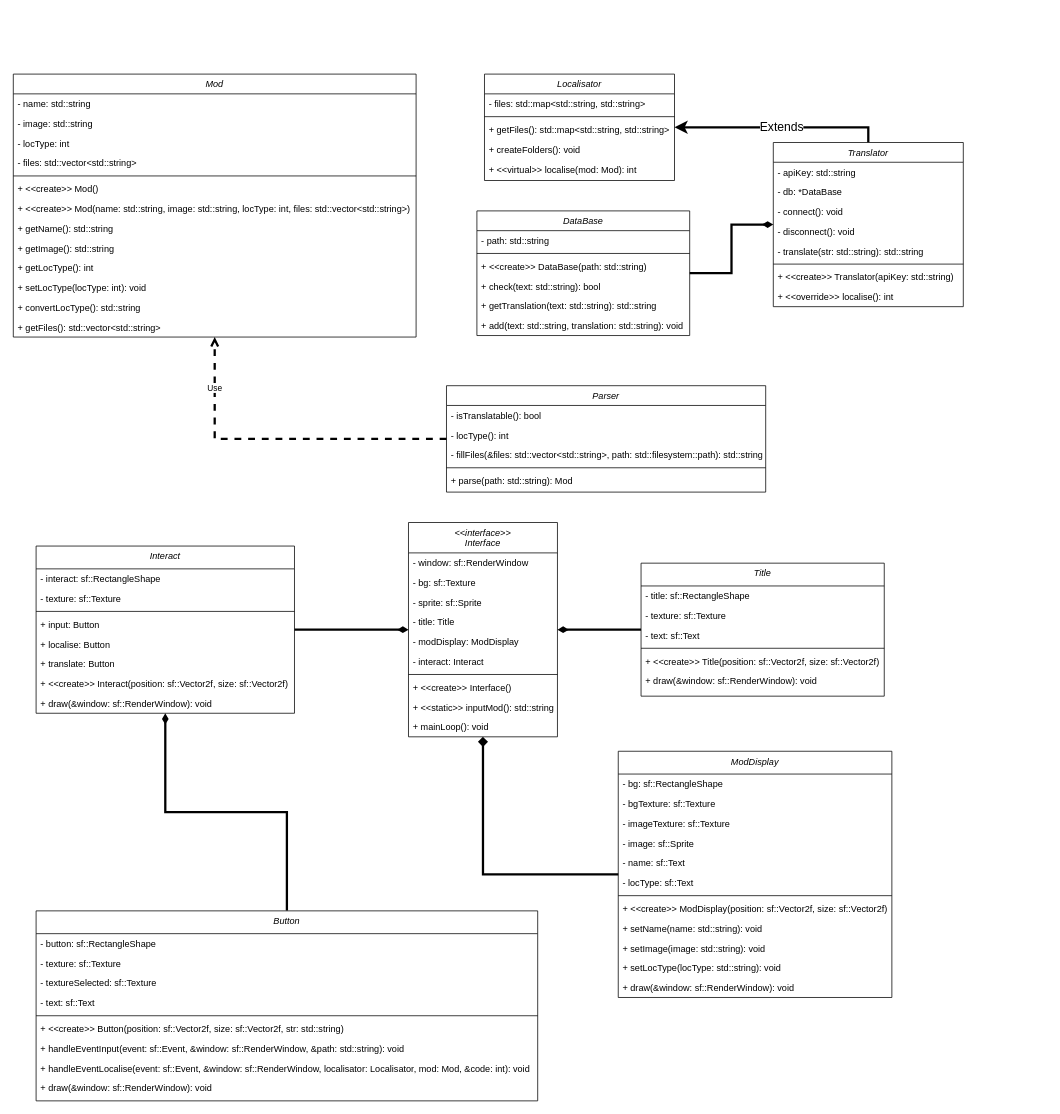
Before: StellarisMT.drawio in trpo2023/cw-ip-215_stellaris-mods-translator, a draw.io diagram. Source tidied: cells renumbered, new cells numbered last; positions are measured from the earlier drawing's top-left corner, leaving out a move shared by most shapes. Both pictures are drawn from the tidied source at 76%, with x=0, y=0 at pixel (13, 74).
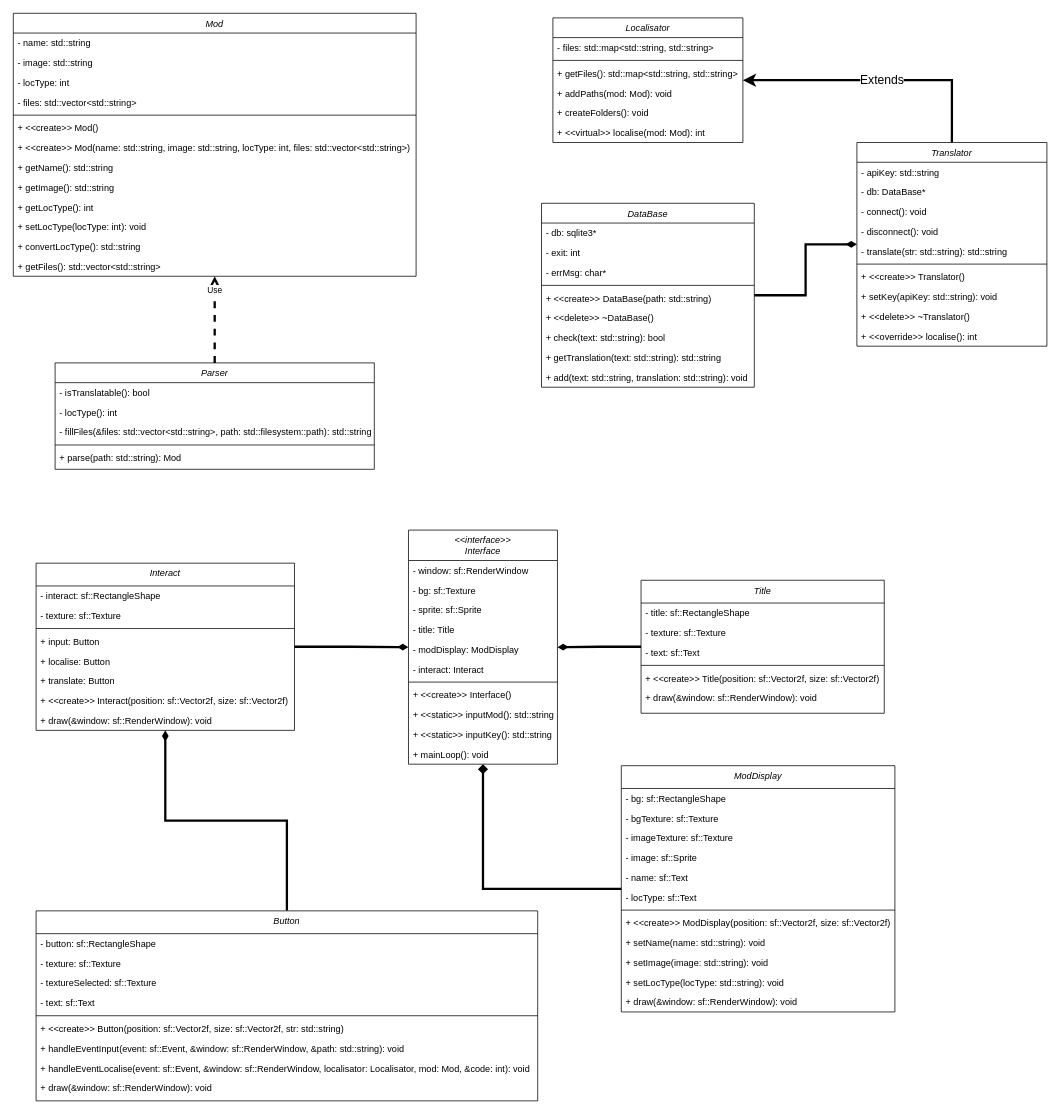
The same page after the edit.

The edit, as a diff of the source:
```diff
@@
     <mxCell id="2" value="Mod" style="swimlane;fontStyle=2;align=center;verticalAlign=top;horizontal=1;startSize=26;rounded=0;shadow=0;strokeWidth=1;" parent="1" vertex="1">
-      <mxGeometry width="530" height="346" as="geometry" />
+      <mxGeometry y="-80" width="530" height="346" as="geometry" />
     </mxCell>
@@
     <mxCell id="18" value="Parser" style="swimlane;fontStyle=2;align=center;verticalAlign=top;horizontal=1;startSize=26;rounded=0;shadow=0;strokeWidth=1;" parent="1" vertex="1">
-      <mxGeometry x="570" y="410" width="420" height="140" as="geometry" />
+      <mxGeometry x="55" y="380" width="420" height="140" as="geometry" />
     </mxCell>
@@
     <mxCell id="24" value="Localisator" style="swimlane;fontStyle=2;align=center;verticalAlign=top;horizontal=1;startSize=26;rounded=0;shadow=0;strokeWidth=1;" parent="1" vertex="1">
-      <mxGeometry x="620" width="250" height="140" as="geometry" />
+      <mxGeometry x="710" y="-74" width="250" height="164" as="geometry" />
     </mxCell>
@@
+    <mxCell id="105" value="+ addPaths(mod: Mod): void" style="text;align=left;verticalAlign=top;spacingLeft=4;spacingRight=4;overflow=hidden;" parent="24" vertex="1">
+      <mxGeometry y="86" width="250" height="26" as="geometry" />
+    </mxCell>
     <mxCell id="28" value="+ createFolders(): void" style="text;align=left;verticalAlign=top;spacingLeft=4;spacingRight=4;overflow=hidden;" parent="24" vertex="1">
-      <mxGeometry y="86" width="250" height="26" as="geometry" />
+      <mxGeometry y="112" width="250" height="26" as="geometry" />
     </mxCell>
     <mxCell id="29" value="+ &lt;&lt;virtual&gt;&gt; localise(mod: Mod): int" style="text;align=left;verticalAlign=top;spacingLeft=4;spacingRight=4;overflow=hidden;" parent="24" vertex="1">
-      <mxGeometry y="112" width="250" height="26" as="geometry" />
+      <mxGeometry y="138" width="250" height="26" as="geometry" />
     </mxCell>
@@
     <mxCell id="32" value="Translator" style="swimlane;fontStyle=2;align=center;verticalAlign=top;horizontal=1;startSize=26;rounded=0;shadow=0;strokeWidth=1;" parent="1" vertex="1">
-      <mxGeometry x="1000" y="90" width="250" height="216" as="geometry" />
+      <mxGeometry x="1110" y="90" width="250" height="268" as="geometry" />
     </mxCell>
@@
-    <mxCell id="34" value="- db: *DataBase" style="text;align=left;verticalAlign=top;spacingLeft=4;spacingRight=4;overflow=hidden;rounded=0;shadow=0;html=0;" parent="32" vertex="1">
+    <mxCell id="34" value="- db: DataBase*" style="text;align=left;verticalAlign=top;spacingLeft=4;spacingRight=4;overflow=hidden;rounded=0;shadow=0;html=0;" parent="32" vertex="1">
       <mxGeometry y="52" width="250" height="26" as="geometry" />
     </mxCell>
@@
-    <mxCell id="39" value="+ &lt;&lt;create&gt;&gt; Translator(apiKey: std::string)" style="text;align=left;verticalAlign=top;spacingLeft=4;spacingRight=4;overflow=hidden;" parent="32" vertex="1">
+    <mxCell id="39" value="+ &lt;&lt;create&gt;&gt; Translator()" style="text;align=left;verticalAlign=top;spacingLeft=4;spacingRight=4;overflow=hidden;" parent="32" vertex="1">
       <mxGeometry y="164" width="250" height="26" as="geometry" />
     </mxCell>
+    <mxCell id="106" value="+ setKey(apiKey: std::string): void" style="text;align=left;verticalAlign=top;spacingLeft=4;spacingRight=4;overflow=hidden;" parent="32" vertex="1">
+      <mxGeometry y="190" width="250" height="26" as="geometry" />
+    </mxCell>
+    <mxCell id="107" value="+ &lt;&lt;delete&gt;&gt; ~Translator()" style="text;align=left;verticalAlign=top;spacingLeft=4;spacingRight=4;overflow=hidden;" parent="32" vertex="1">
+      <mxGeometry y="216" width="250" height="26" as="geometry" />
+    </mxCell>
     <mxCell id="40" value="+ &lt;&lt;override&gt;&gt; localise(): int" style="text;align=left;verticalAlign=top;spacingLeft=4;spacingRight=4;overflow=hidden;" parent="32" vertex="1">
-      <mxGeometry y="190" width="250" height="26" as="geometry" />
+      <mxGeometry y="242" width="250" height="26" as="geometry" />
     </mxCell>
@@
     <mxCell id="43" value="DataBase" style="swimlane;fontStyle=2;align=center;verticalAlign=top;horizontal=1;startSize=26;rounded=0;shadow=0;strokeWidth=1;" parent="1" vertex="1">
-      <mxGeometry x="610" y="180" width="280" height="164" as="geometry" />
+      <mxGeometry x="695" y="170" width="280" height="242" as="geometry" />
     </mxCell>
-    <mxCell id="44" value="- path: std::string" style="text;align=left;verticalAlign=top;spacingLeft=4;spacingRight=4;overflow=hidden;" parent="43" vertex="1">
+    <mxCell id="44" value="- db: sqlite3*" style="text;align=left;verticalAlign=top;spacingLeft=4;spacingRight=4;overflow=hidden;" parent="43" vertex="1">
       <mxGeometry y="26" width="280" height="26" as="geometry" />
     </mxCell>
+    <mxCell id="108" value="- exit: int" style="text;align=left;verticalAlign=top;spacingLeft=4;spacingRight=4;overflow=hidden;" parent="43" vertex="1">
+      <mxGeometry y="52" width="280" height="26" as="geometry" />
+    </mxCell>
+    <mxCell id="109" value="- errMsg: char*" style="text;align=left;verticalAlign=top;spacingLeft=4;spacingRight=4;overflow=hidden;" parent="43" vertex="1">
+      <mxGeometry y="78" width="280" height="26" as="geometry" />
+    </mxCell>
     <mxCell id="45" style="line;html=1;strokeWidth=1;align=left;verticalAlign=middle;spacingTop=-1;spacingLeft=3;spacingRight=3;labelPosition=right;" parent="43" vertex="1">
-      <mxGeometry y="52" width="280" height="8" as="geometry" />
+      <mxGeometry y="104" width="280" height="8" as="geometry" />
     </mxCell>
     <mxCell id="46" value="+ &lt;&lt;create&gt;&gt; DataBase(path: std::string)" style="text;align=left;verticalAlign=top;spacingLeft=4;spacingRight=4;overflow=hidden;" parent="43" vertex="1">
-      <mxGeometry y="60" width="280" height="26" as="geometry" />
+      <mxGeometry y="112" width="280" height="26" as="geometry" />
     </mxCell>
+    <mxCell id="110" value="+ &lt;&lt;delete&gt;&gt; ~DataBase()" style="text;align=left;verticalAlign=top;spacingLeft=4;spacingRight=4;overflow=hidden;" parent="43" vertex="1">
+      <mxGeometry y="138" width="280" height="26" as="geometry" />
+    </mxCell>
     <mxCell id="47" value="+ check(text: std::string): bool" style="text;align=left;verticalAlign=top;spacingLeft=4;spacingRight=4;overflow=hidden;" parent="43" vertex="1">
-      <mxGeometry y="86" width="280" height="26" as="geometry" />
+      <mxGeometry y="164" width="280" height="26" as="geometry" />
     </mxCell>
     <mxCell id="48" value="+ getTranslation(text: std::string): std::string" style="text;align=left;verticalAlign=top;spacingLeft=4;spacingRight=4;overflow=hidden;" parent="43" vertex="1">
-      <mxGeometry y="112" width="280" height="26" as="geometry" />
+      <mxGeometry y="190" width="280" height="26" as="geometry" />
     </mxCell>
     <mxCell id="49" value="+ add(text: std::string, translation: std::string): void" style="text;align=left;verticalAlign=top;spacingLeft=4;spacingRight=4;overflow=hidden;" parent="43" vertex="1">
-      <mxGeometry y="138" width="280" height="26" as="geometry" />
+      <mxGeometry y="216" width="280" height="26" as="geometry" />
     </mxCell>
@@
     <mxCell id="51" value="&lt;&lt;interface&gt;&gt;&#10;Interface" style="swimlane;fontStyle=2;align=center;verticalAlign=top;horizontal=1;startSize=40;rounded=0;shadow=0;strokeWidth=1;" parent="1" vertex="1">
-      <mxGeometry x="520" y="590" width="196" height="282" as="geometry" />
+      <mxGeometry x="520" y="600" width="196" height="308" as="geometry" />
     </mxCell>
@@
+    <mxCell id="111" value="+ &lt;&lt;static&gt;&gt; inputKey(): std::string" style="text;align=left;verticalAlign=top;spacingLeft=4;spacingRight=4;overflow=hidden;" parent="51" vertex="1">
+      <mxGeometry y="256" width="196" height="26" as="geometry" />
+    </mxCell>
     <mxCell id="61" value="+ mainLoop(): void" style="text;align=left;verticalAlign=top;spacingLeft=4;spacingRight=4;overflow=hidden;" parent="51" vertex="1">
-      <mxGeometry y="256" width="196" height="26" as="geometry" />
+      <mxGeometry y="282" width="196" height="26" as="geometry" />
     </mxCell>
@@
     <mxCell id="63" value="Interact" style="swimlane;fontStyle=2;align=center;verticalAlign=top;horizontal=1;startSize=30;rounded=0;shadow=0;strokeWidth=1;" parent="1" vertex="1">
-      <mxGeometry x="30" y="621" width="340" height="220" as="geometry" />
+      <mxGeometry x="30" y="643.5" width="340" height="220" as="geometry" />
     </mxCell>
@@
     <mxCell id="84" value="ModDisplay" style="swimlane;fontStyle=2;align=center;verticalAlign=top;horizontal=1;startSize=30;rounded=0;shadow=0;strokeWidth=1;" parent="1" vertex="1">
-      <mxGeometry x="796" y="891" width="360" height="324" as="geometry" />
+      <mxGeometry x="800" y="910" width="360" height="324" as="geometry" />
     </mxCell>
@@
     <mxCell id="98" value="Title" style="swimlane;fontStyle=2;align=center;verticalAlign=top;horizontal=1;startSize=30;rounded=0;shadow=0;strokeWidth=1;" parent="1" vertex="1">
-      <mxGeometry x="826" y="643.5" width="320" height="175" as="geometry" />
+      <mxGeometry x="826" y="666" width="320" height="175" as="geometry" />
     </mxCell>
```
